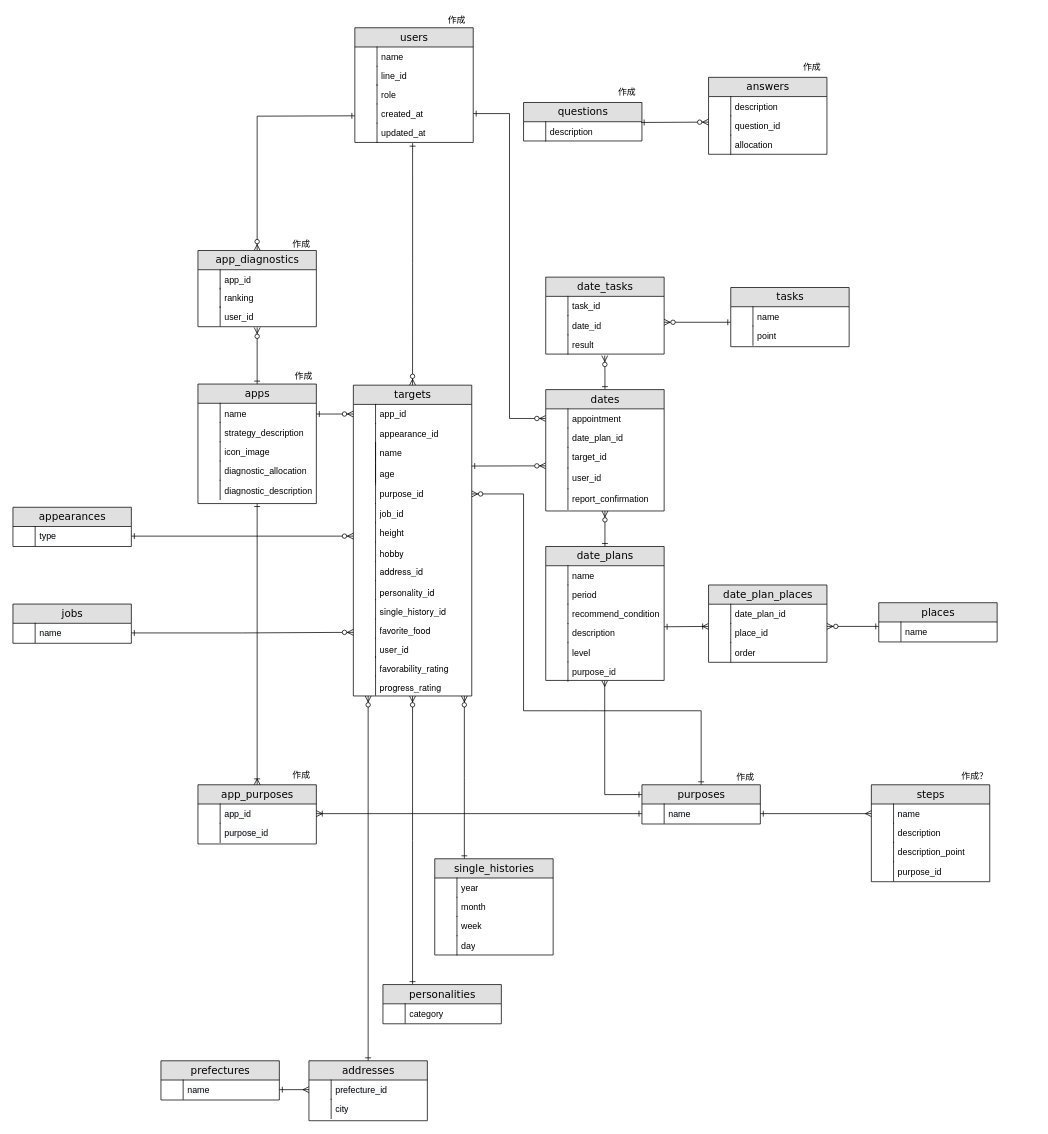
The draw.io diagram Untitled Diagram.drawio in kstar0102/ryuki0102, before the edit. Source tidied: cells renumbered, new cells numbered last; positions are measured from the earlier drawing's top-left corner, leaving out a move shared by most shapes. Both pictures are drawn from the tidied source at 74%, with x=0, y=0 at pixel (13, 13).
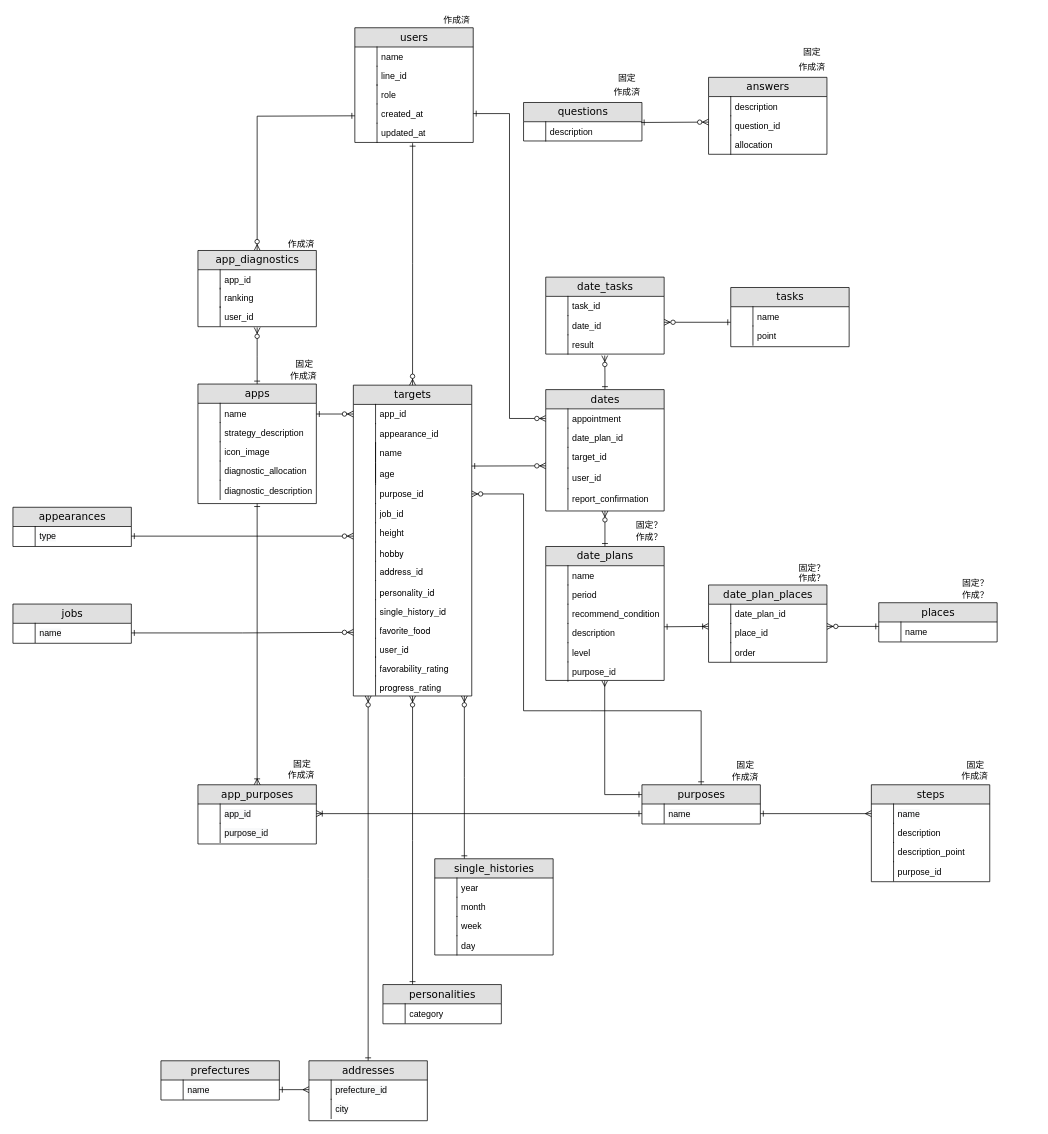
The same diagram, later.

Diff of the diagram source:
```diff
@@
-    <mxCell id="186" value="作成" style="text;html=1;strokeColor=none;fillColor=none;align=center;verticalAlign=middle;whiteSpace=wrap;rounded=0;" parent="1" vertex="1">
+    <mxCell id="186" value="作成済" style="text;html=1;strokeColor=none;fillColor=none;align=center;verticalAlign=middle;whiteSpace=wrap;rounded=0;" parent="1" vertex="1">
       <mxGeometry x="580" width="40" height="20" as="geometry" />
     </mxCell>
-    <mxCell id="187" value="作成" style="text;html=1;strokeColor=none;fillColor=none;align=center;verticalAlign=middle;whiteSpace=wrap;rounded=0;" parent="1" vertex="1">
+    <mxCell id="187" value="作成済" style="text;html=1;strokeColor=none;fillColor=none;align=center;verticalAlign=middle;whiteSpace=wrap;rounded=0;" parent="1" vertex="1">
       <mxGeometry x="810" y="97" width="40" height="20" as="geometry" />
     </mxCell>
-    <mxCell id="188" value="作成" style="text;html=1;strokeColor=none;fillColor=none;align=center;verticalAlign=middle;whiteSpace=wrap;rounded=0;" parent="1" vertex="1">
+    <mxCell id="188" value="作成済" style="text;html=1;strokeColor=none;fillColor=none;align=center;verticalAlign=middle;whiteSpace=wrap;rounded=0;" parent="1" vertex="1">
       <mxGeometry x="1060" y="63" width="40" height="20" as="geometry" />
     </mxCell>
-    <mxCell id="189" value="作成" style="text;html=1;strokeColor=none;fillColor=none;align=center;verticalAlign=middle;whiteSpace=wrap;rounded=0;" parent="1" vertex="1">
+    <mxCell id="189" value="作成済" style="text;html=1;strokeColor=none;fillColor=none;align=center;verticalAlign=middle;whiteSpace=wrap;rounded=0;" parent="1" vertex="1">
       <mxGeometry x="370" y="303" width="40" height="20" as="geometry" />
     </mxCell>
-    <mxCell id="190" value="作成" style="text;html=1;strokeColor=none;fillColor=none;align=center;verticalAlign=middle;whiteSpace=wrap;rounded=0;" parent="1" vertex="1">
+    <mxCell id="190" value="作成済" style="text;html=1;strokeColor=none;fillColor=none;align=center;verticalAlign=middle;whiteSpace=wrap;rounded=0;" parent="1" vertex="1">
       <mxGeometry x="373" y="481" width="40" height="20" as="geometry" />
     </mxCell>
-    <mxCell id="191" value="作成" style="text;html=1;strokeColor=none;fillColor=none;align=center;verticalAlign=middle;whiteSpace=wrap;rounded=0;" parent="1" vertex="1">
+    <mxCell id="191" value="作成済" style="text;html=1;strokeColor=none;fillColor=none;align=center;verticalAlign=middle;whiteSpace=wrap;rounded=0;" parent="1" vertex="1">
       <mxGeometry x="310" y="1021" width="160" height="20" as="geometry" />
     </mxCell>
-    <mxCell id="192" value="作成" style="text;html=1;strokeColor=none;fillColor=none;align=center;verticalAlign=middle;whiteSpace=wrap;rounded=0;" parent="1" vertex="1">
+    <mxCell id="192" value="作成済" style="text;html=1;strokeColor=none;fillColor=none;align=center;verticalAlign=middle;whiteSpace=wrap;rounded=0;" parent="1" vertex="1">
       <mxGeometry x="910" y="1023" width="160" height="20" as="geometry" />
     </mxCell>
-    <mxCell id="193" value="作成？" style="text;html=1;strokeColor=none;fillColor=none;align=center;verticalAlign=middle;whiteSpace=wrap;rounded=0;" parent="1" vertex="1">
+    <mxCell id="193" value="作成済" style="text;html=1;strokeColor=none;fillColor=none;align=center;verticalAlign=middle;whiteSpace=wrap;rounded=0;" parent="1" vertex="1">
       <mxGeometry x="1220" y="1022" width="160" height="20" as="geometry" />
     </mxCell>
+    <mxCell id="194" value="作成？" style="text;html=1;strokeColor=none;fillColor=none;align=center;verticalAlign=middle;whiteSpace=wrap;rounded=0;" parent="1" vertex="1">
+      <mxGeometry x="780" y="699" width="160" height="20" as="geometry" />
+    </mxCell>
+    <mxCell id="195" value="固定" style="text;html=1;strokeColor=none;fillColor=none;align=center;verticalAlign=middle;whiteSpace=wrap;rounded=0;" parent="1" vertex="1">
+      <mxGeometry x="810" y="79" width="40" height="20" as="geometry" />
+    </mxCell>
+    <mxCell id="196" value="固定" style="text;html=1;strokeColor=none;fillColor=none;align=center;verticalAlign=middle;whiteSpace=wrap;rounded=0;" parent="1" vertex="1">
+      <mxGeometry x="1060" y="43" width="40" height="20" as="geometry" />
+    </mxCell>
+    <mxCell id="197" value="固定" style="text;html=1;strokeColor=none;fillColor=none;align=center;verticalAlign=middle;whiteSpace=wrap;rounded=0;" parent="1" vertex="1">
+      <mxGeometry x="374" y="465" width="40" height="20" as="geometry" />
+    </mxCell>
+    <mxCell id="198" value="固定" style="text;html=1;strokeColor=none;fillColor=none;align=center;verticalAlign=middle;whiteSpace=wrap;rounded=0;" parent="1" vertex="1">
+      <mxGeometry x="970" y="1007" width="40" height="20" as="geometry" />
+    </mxCell>
+    <mxCell id="199" value="固定" style="text;html=1;strokeColor=none;fillColor=none;align=center;verticalAlign=middle;whiteSpace=wrap;rounded=0;" parent="1" vertex="1">
+      <mxGeometry x="371" y="1005" width="40" height="20" as="geometry" />
+    </mxCell>
+    <mxCell id="200" value="固定" style="text;html=1;strokeColor=none;fillColor=none;align=center;verticalAlign=middle;whiteSpace=wrap;rounded=0;" parent="1" vertex="1">
+      <mxGeometry x="1281" y="1007" width="40" height="20" as="geometry" />
+    </mxCell>
+    <mxCell id="201" value="固定？" style="text;html=1;strokeColor=none;fillColor=none;align=center;verticalAlign=middle;whiteSpace=wrap;rounded=0;" parent="1" vertex="1">
+      <mxGeometry x="840" y="683" width="40" height="20" as="geometry" />
+    </mxCell>
+    <mxCell id="202" value="固定？" style="text;html=1;strokeColor=none;fillColor=none;align=center;verticalAlign=middle;whiteSpace=wrap;rounded=0;" parent="1" vertex="1">
+      <mxGeometry x="1055" y="740" width="50" height="20" as="geometry" />
+    </mxCell>
+    <mxCell id="203" value="作成？" style="text;html=1;strokeColor=none;fillColor=none;align=center;verticalAlign=middle;whiteSpace=wrap;rounded=0;" parent="1" vertex="1">
+      <mxGeometry x="1000" y="754" width="160" height="20" as="geometry" />
+    </mxCell>
+    <mxCell id="204" value="固定？" style="text;html=1;strokeColor=none;fillColor=none;align=center;verticalAlign=middle;whiteSpace=wrap;rounded=0;" parent="1" vertex="1">
+      <mxGeometry x="1276" y="761" width="50" height="20" as="geometry" />
+    </mxCell>
+    <mxCell id="205" value="作成？" style="text;html=1;strokeColor=none;fillColor=none;align=center;verticalAlign=middle;whiteSpace=wrap;rounded=0;" parent="1" vertex="1">
+      <mxGeometry x="1221" y="777" width="160" height="20" as="geometry" />
+    </mxCell>
```
